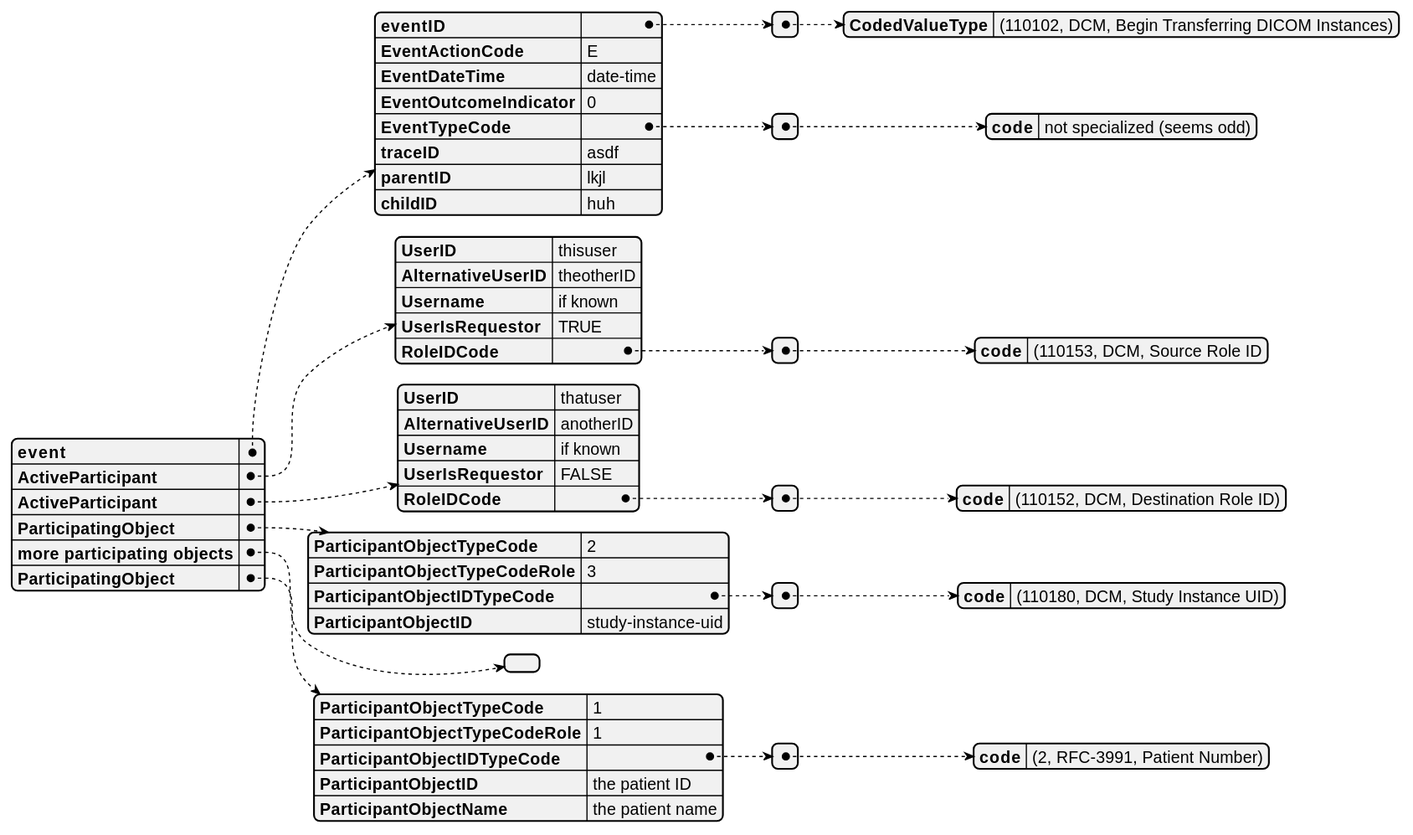
Before: diagrams/begin-transferring-DICOM-instances.svg, a diagram exported from PlantUML (rjhorniii/wg14-audit-etc). Its diagram source:
```plantuml
@startjson
{
	"event": {
	   "eventID" : [
	       { "CodedValueType" : "(110102, DCM, Begin Transferring DICOM Instances)"}
	       ],
	   "EventActionCode": "E",
	   "EventDateTime" : "date-time",
	   "EventOutcomeIndicator": "0",
	   "EventTypeCode" : [
	   	{ "code" : "not specialized (seems odd)"}
		],
	   "traceID" : "asdf",
	   "parentID" : "lkjl",
	   "childID" : "huh"
	   },
	"ActiveParticipant" : {
	   "UserID" : "thisuser",
	   "AlternativeUserID" : "theotherID",
	   "Username" : "if known",
	   "UserIsRequestor" : "TRUE",
	   "RoleIDCode" : [
	   	{ "code" : "(110153, DCM, Source Role ID"}
		]
	   },
	"ActiveParticipant" : {
	   "UserID" : "thatuser",
	   "AlternativeUserID" : "anotherID",
	   "Username" : "if known",
	   "UserIsRequestor" : "FALSE",
	   "RoleIDCode" : [
	   	{ "code" : "(110152, DCM, Destination Role ID)"}
		]
	   },
	"ParticipatingObject" : {
	   "ParticipantObjectTypeCode" : 2,
	   "ParticipantObjectTypeCodeRole" : 3,
	   "ParticipantObjectIDTypeCode" : [
	       { "code" : "(110180, DCM, Study Instance UID)"}
	       ],
	   "ParticipantObjectID" : "study-instance-uid"
	   },
	"more participating objects" : [],
	"ParticipatingObject" : {
	    "ParticipantObjectTypeCode" : 1,
	    "ParticipantObjectTypeCodeRole" : 1,
	    "ParticipantObjectIDTypeCode" : [
	        { "code" : "(2, RFC-3991, Patient Number)"}
	        ],
	    "ParticipantObjectID" : "the patient ID",
	    "ParticipantObjectName" : "the patient name"
	   }
}
@endjson
```
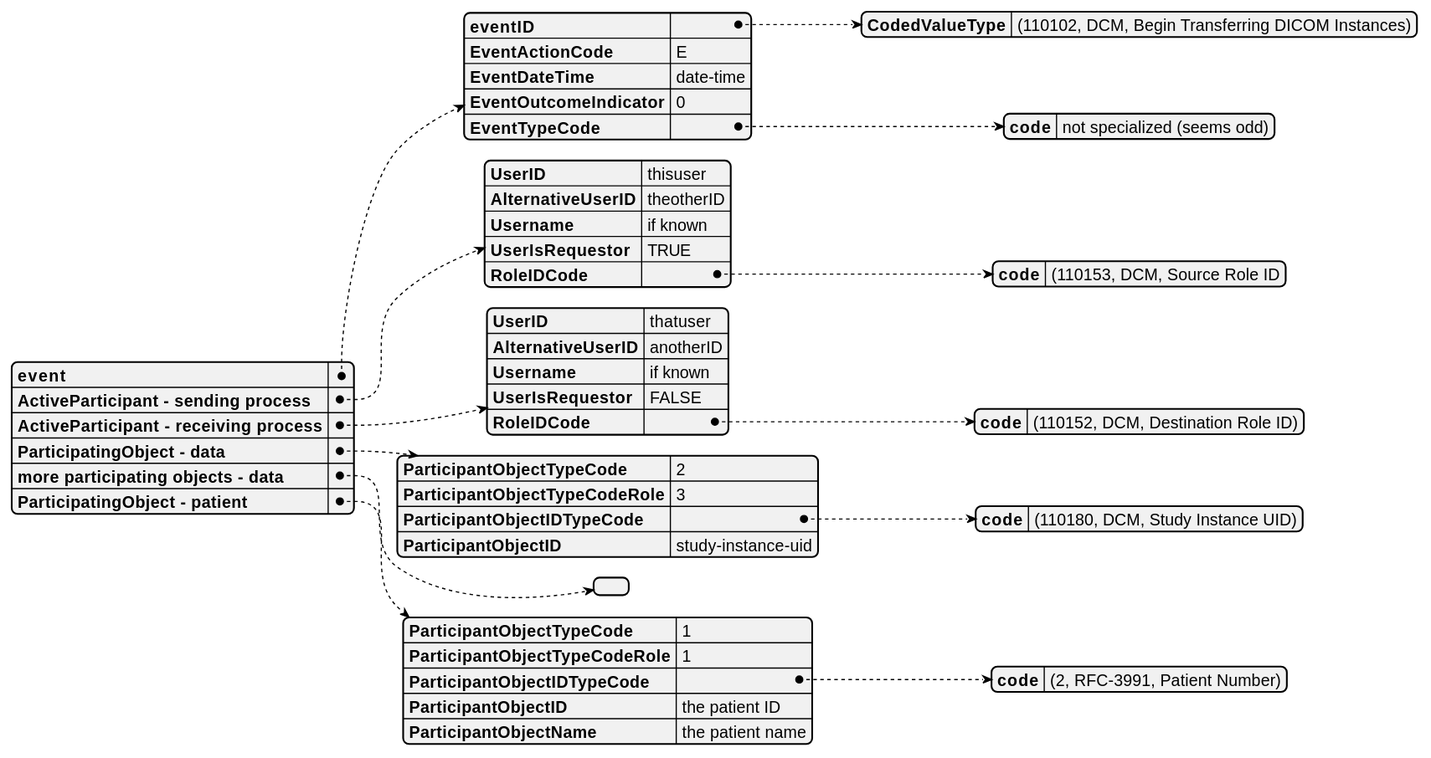
After the change.

The edit, as a diff of the source:
```diff
@@ -1,52 +1,37 @@
 @startjson
 {
 	"event": {
-	   "eventID" : [
-	       { "CodedValueType" : "(110102, DCM, Begin Transferring DICOM Instances)"}
-	       ],
+	   "eventID" : { "CodedValueType" : "(110102, DCM, Begin Transferring DICOM Instances)"},
 	   "EventActionCode": "E",
 	   "EventDateTime" : "date-time",
 	   "EventOutcomeIndicator": "0",
-	   "EventTypeCode" : [
-	   	{ "code" : "not specialized (seems odd)"}
-		],
-	   "traceID" : "asdf",
-	   "parentID" : "lkjl",
-	   "childID" : "huh"
+	   "EventTypeCode" : { "code" : "not specialized (seems odd)"}
 	   },
-	"ActiveParticipant" : {
+	"ActiveParticipant - sending process" : {
 	   "UserID" : "thisuser",
 	   "AlternativeUserID" : "theotherID",
 	   "Username" : "if known",
 	   "UserIsRequestor" : "TRUE",
-	   "RoleIDCode" : [
-	   	{ "code" : "(110153, DCM, Source Role ID"}
-		]
+	   "RoleIDCode" : { "code" : "(110153, DCM, Source Role ID"}
 	   },
-	"ActiveParticipant" : {
+	"ActiveParticipant - receiving process" : {
 	   "UserID" : "thatuser",
 	   "AlternativeUserID" : "anotherID",
 	   "Username" : "if known",
 	   "UserIsRequestor" : "FALSE",
-	   "RoleIDCode" : [
-	   	{ "code" : "(110152, DCM, Destination Role ID)"}
-		]
+	   "RoleIDCode" : { "code" : "(110152, DCM, Destination Role ID)"}
 	   },
-	"ParticipatingObject" : {
+	"ParticipatingObject - data" : {
 	   "ParticipantObjectTypeCode" : 2,
 	   "ParticipantObjectTypeCodeRole" : 3,
-	   "ParticipantObjectIDTypeCode" : [
-	       { "code" : "(110180, DCM, Study Instance UID)"}
-	       ],
+	   "ParticipantObjectIDTypeCode" : { "code" : "(110180, DCM, Study Instance UID)"},
 	   "ParticipantObjectID" : "study-instance-uid"
 	   },
-	"more participating objects" : [],
-	"ParticipatingObject" : {
+	"more participating objects - data" : [],
+	"ParticipatingObject - patient" : {
 	    "ParticipantObjectTypeCode" : 1,
 	    "ParticipantObjectTypeCodeRole" : 1,
-	    "ParticipantObjectIDTypeCode" : [
-	        { "code" : "(2, RFC-3991, Patient Number)"}
-	        ],
+	    "ParticipantObjectIDTypeCode" : { "code" : "(2, RFC-3991, Patient Number)"},
 	    "ParticipantObjectID" : "the patient ID",
 	    "ParticipantObjectName" : "the patient name"
 	   }
```
